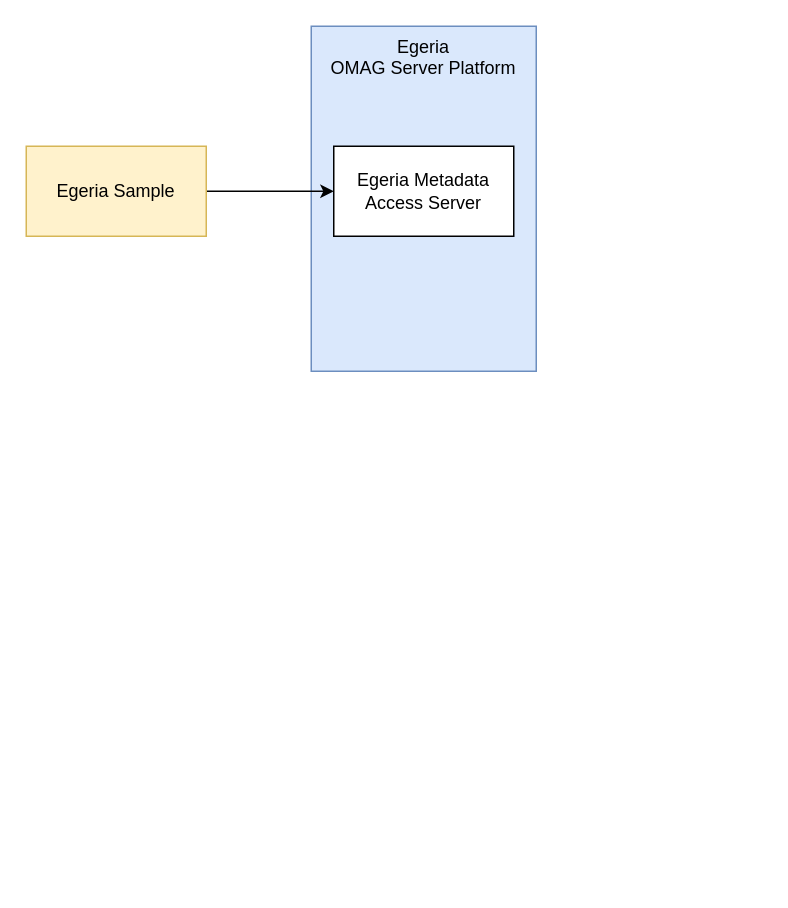
Before: page "running-samples" (1 of 18) of docs/sustainability-samples.drawio in odpi/egeria-samples-api, a draw.io diagram. Source tidied: cells renumbered, new cells numbered last; positions are measured from the earlier drawing's top-left corner, leaving out a move shared by most shapes. Both pictures are drawn from the tidied source at 150%, with x=0, y=0 at pixel (26, 26).
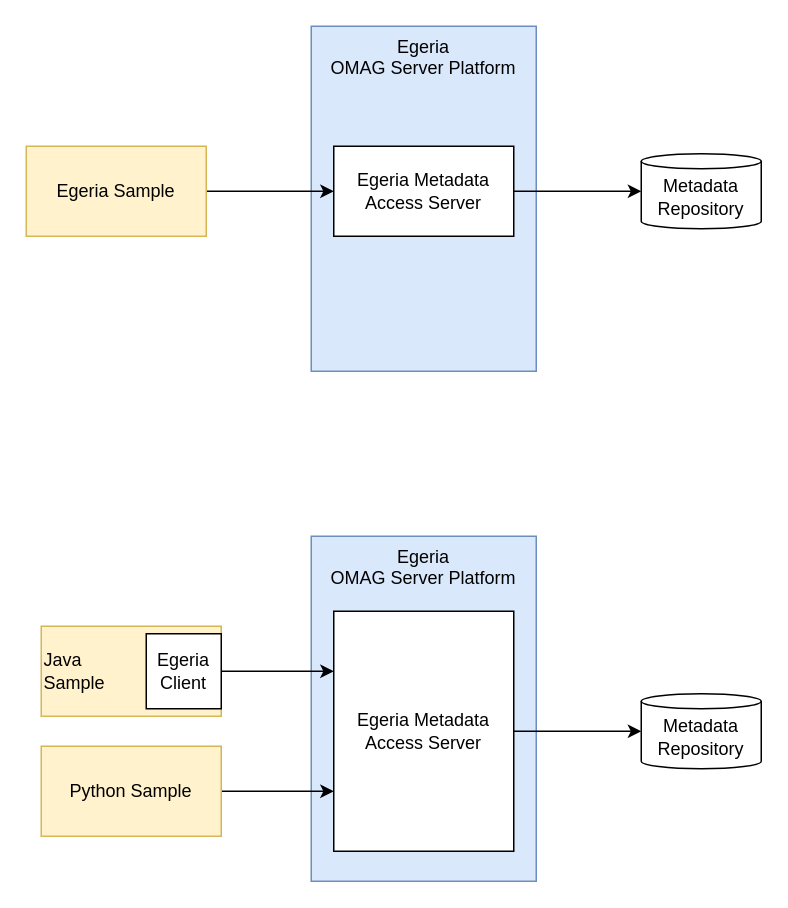
Above is the later version.

Commit message (it also covers changes not shown here):
Add python sample

What changed in the source:
```diff
@@
 <mxGraphModel>
   <root>
     <mxCell id="0" />
     <mxCell id="1" parent="0" />
     <mxCell id="2" value="Egeria&lt;br&gt;OMAG Server Platform" style="rounded=0;whiteSpace=wrap;html=1;verticalAlign=top;fillColor=#dae8fc;strokeColor=#6c8ebf;" parent="1" vertex="1">
       <mxGeometry x="190" width="150" height="230" as="geometry" />
     </mxCell>
     <mxCell id="3" style="edgeStyle=orthogonalEdgeStyle;rounded=0;jettySize=auto;html=1;exitX=1;exitY=0.5;exitDx=0;exitDy=0;" parent="1" edge="1" source="4" target="5">
       <mxGeometry relative="1" as="geometry" />
     </mxCell>
     <mxCell id="4" value="Egeria Sample" style="rounded=0;whiteSpace=wrap;html=1;fillColor=#fff2cc;strokeColor=#d6b656;" parent="1" vertex="1">
       <mxGeometry y="80" width="120" height="60" as="geometry" />
     </mxCell>
+    <mxCell id="6" style="edgeStyle=orthogonalEdgeStyle;rounded=0;jettySize=auto;html=1;exitX=1;exitY=0.5;exitDx=0;exitDy=0;entryX=0;entryY=0.5;entryDx=0;entryDy=0;entryPerimeter=0;" parent="1" edge="1" source="5" target="7">
+      <mxGeometry relative="1" as="geometry" />
+    </mxCell>
     <mxCell id="5" value="Egeria Metadata Access Server" style="rounded=0;whiteSpace=wrap;html=1;" parent="1" vertex="1">
       <mxGeometry x="205" y="80" width="120" height="60" as="geometry" />
     </mxCell>
+    <mxCell id="7" value="Metadata&lt;br&gt;Repository" style="shape=cylinder3;whiteSpace=wrap;html=1;boundedLbl=1;backgroundOutline=1;size=5;" parent="1" vertex="1">
+      <mxGeometry x="410" y="85" width="80" height="50" as="geometry" />
+    </mxCell>
+    <mxCell id="8" value="Egeria&lt;br&gt;OMAG Server Platform" style="rounded=0;whiteSpace=wrap;html=1;verticalAlign=top;fillColor=#dae8fc;strokeColor=#6c8ebf;" parent="1" vertex="1">
+      <mxGeometry x="190" y="340" width="150" height="230" as="geometry" />
+    </mxCell>
+    <mxCell id="9" style="edgeStyle=orthogonalEdgeStyle;rounded=0;jettySize=auto;html=1;exitX=1;exitY=0.5;exitDx=0;exitDy=0;entryX=0;entryY=0.25;entryDx=0;entryDy=0;" parent="1" edge="1" source="10" target="12">
+      <mxGeometry relative="1" as="geometry" />
+    </mxCell>
+    <mxCell id="10" value="Java&lt;br&gt;Sample" style="rounded=0;whiteSpace=wrap;html=1;fillColor=#fff2cc;strokeColor=#d6b656;align=left;" parent="1" vertex="1">
+      <mxGeometry x="10" y="400" width="120" height="60" as="geometry" />
+    </mxCell>
+    <mxCell id="11" style="edgeStyle=orthogonalEdgeStyle;rounded=0;jettySize=auto;html=1;exitX=1;exitY=0.5;exitDx=0;exitDy=0;entryX=0;entryY=0.5;entryDx=0;entryDy=0;entryPerimeter=0;" parent="1" edge="1" source="12" target="13">
+      <mxGeometry relative="1" as="geometry" />
+    </mxCell>
+    <mxCell id="12" value="Egeria Metadata Access Server" style="rounded=0;whiteSpace=wrap;html=1;" parent="1" vertex="1">
+      <mxGeometry x="205" y="390" width="120" height="160" as="geometry" />
+    </mxCell>
+    <mxCell id="13" value="Metadata&lt;br&gt;Repository" style="shape=cylinder3;whiteSpace=wrap;html=1;boundedLbl=1;backgroundOutline=1;size=5;" parent="1" vertex="1">
+      <mxGeometry x="410" y="445" width="80" height="50" as="geometry" />
+    </mxCell>
+    <mxCell id="14" value="Egeria&lt;br&gt;Client" style="rounded=0;whiteSpace=wrap;html=1;" parent="1" vertex="1">
+      <mxGeometry x="80" y="405" width="50" height="50" as="geometry" />
+    </mxCell>
+    <mxCell id="15" style="edgeStyle=orthogonalEdgeStyle;rounded=0;jettySize=auto;html=1;exitX=1;exitY=0.5;exitDx=0;exitDy=0;entryX=0;entryY=0.75;entryDx=0;entryDy=0;" parent="1" edge="1" source="16" target="12">
+      <mxGeometry relative="1" as="geometry" />
+    </mxCell>
+    <mxCell id="16" value="Python Sample" style="rounded=0;whiteSpace=wrap;html=1;fillColor=#fff2cc;strokeColor=#d6b656;" parent="1" vertex="1">
+      <mxGeometry x="10" y="480" width="120" height="60" as="geometry" />
+    </mxCell>
   </root>
 </mxGraphModel>
```
